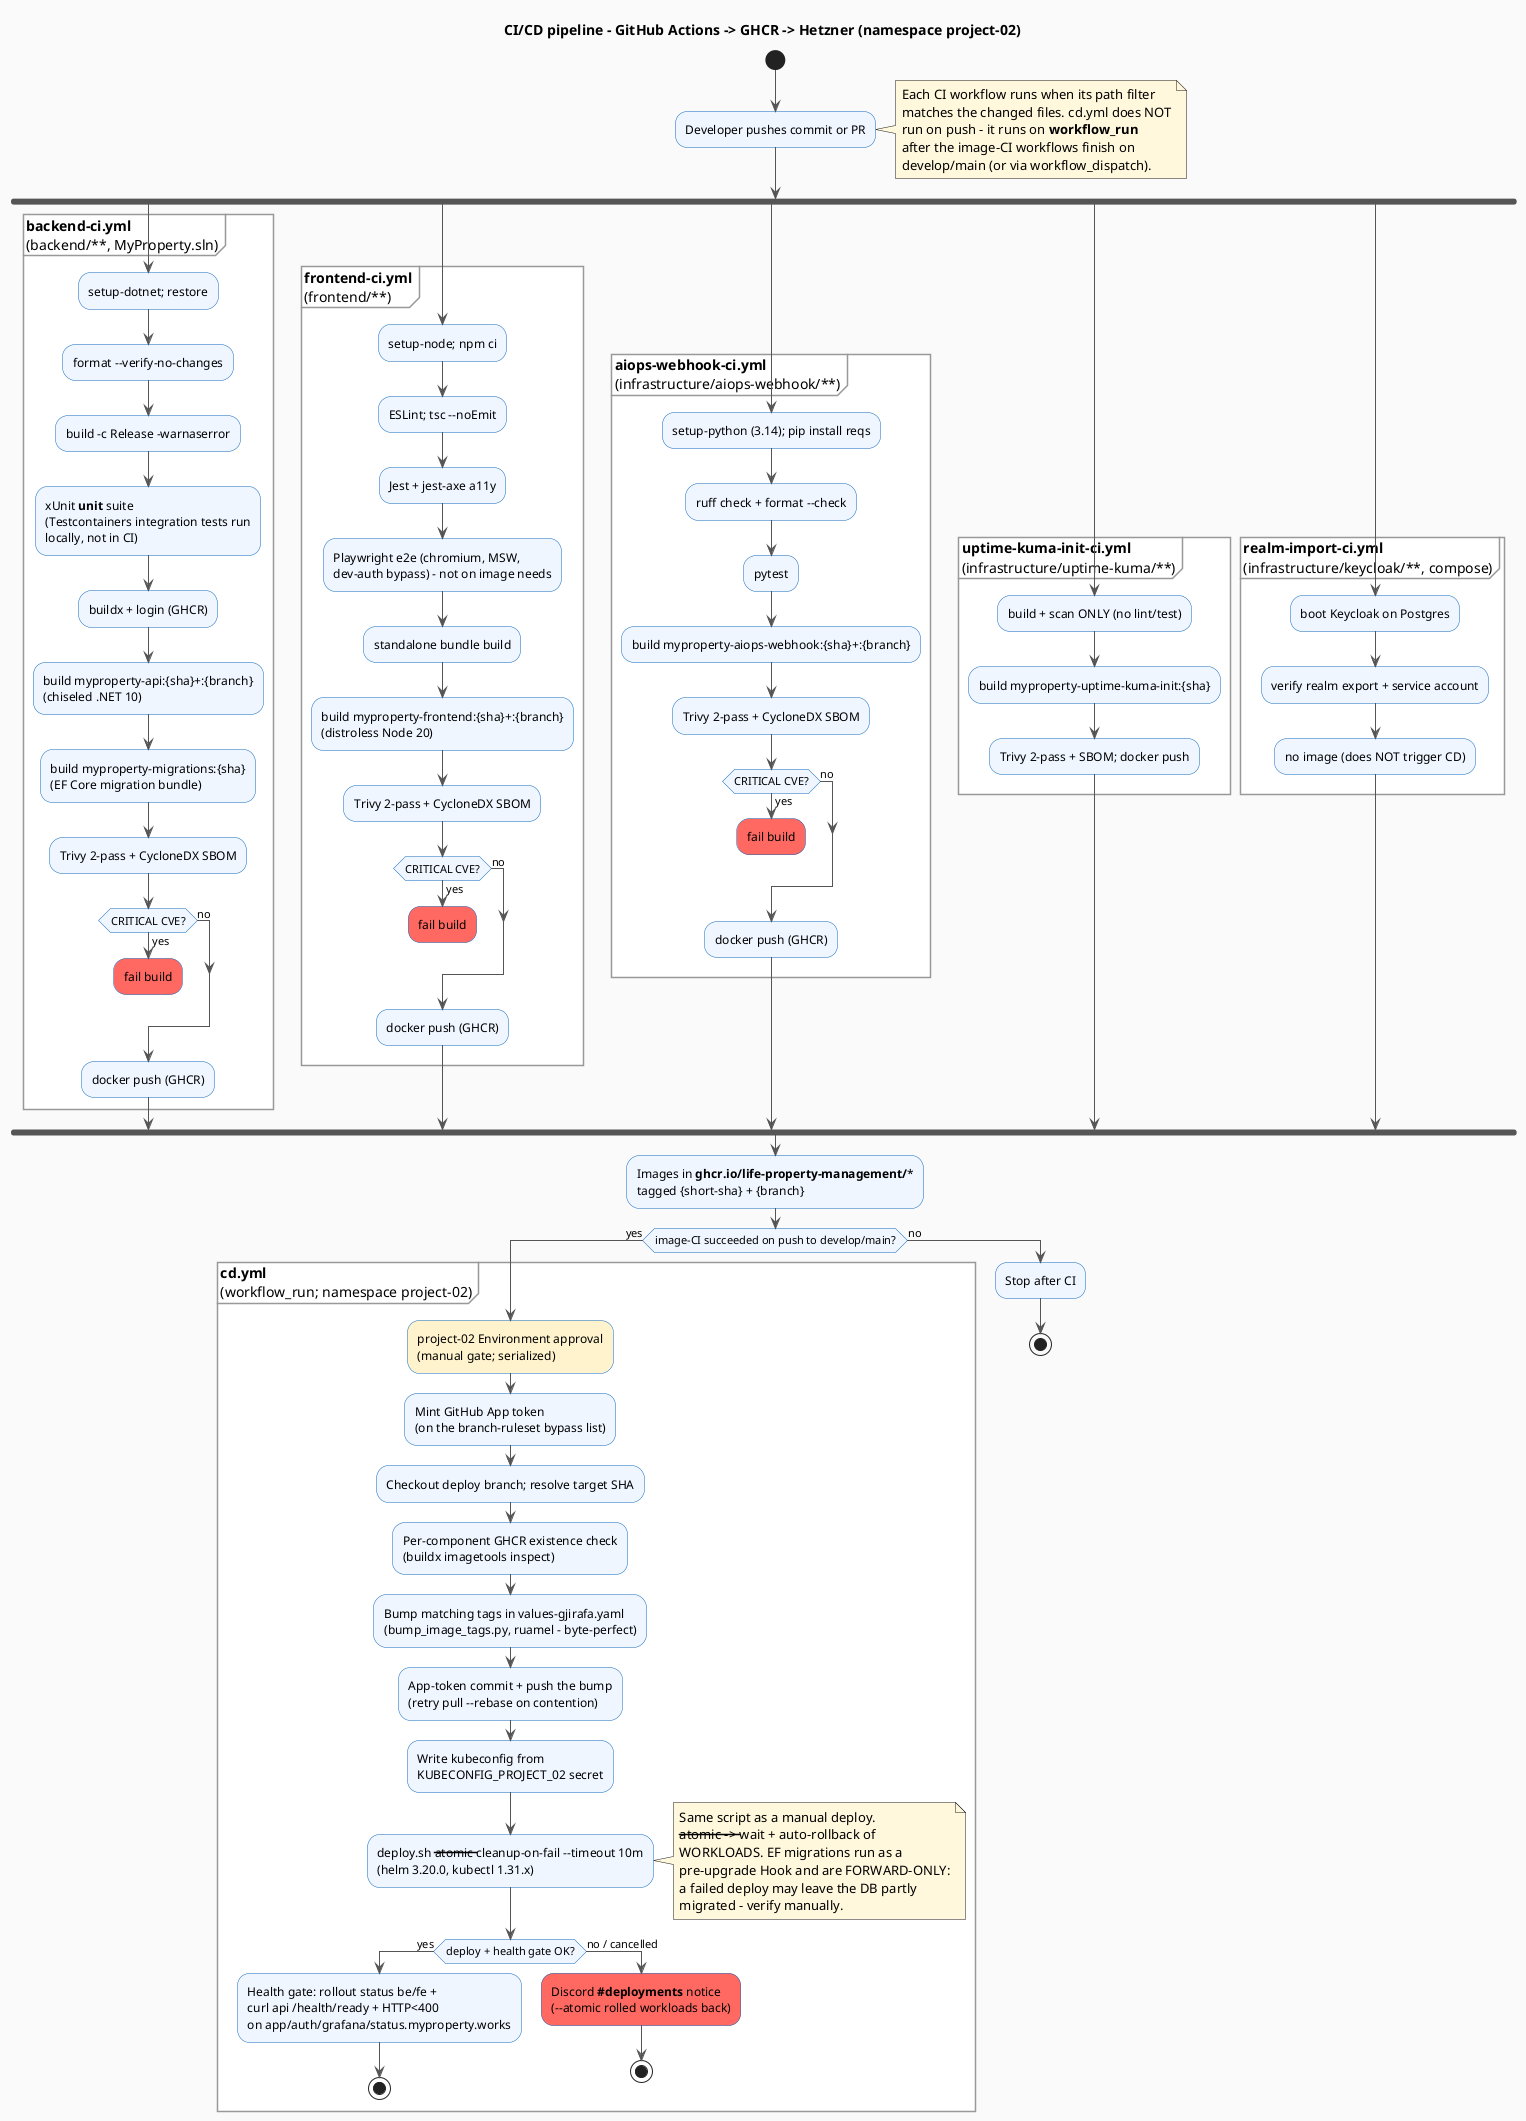
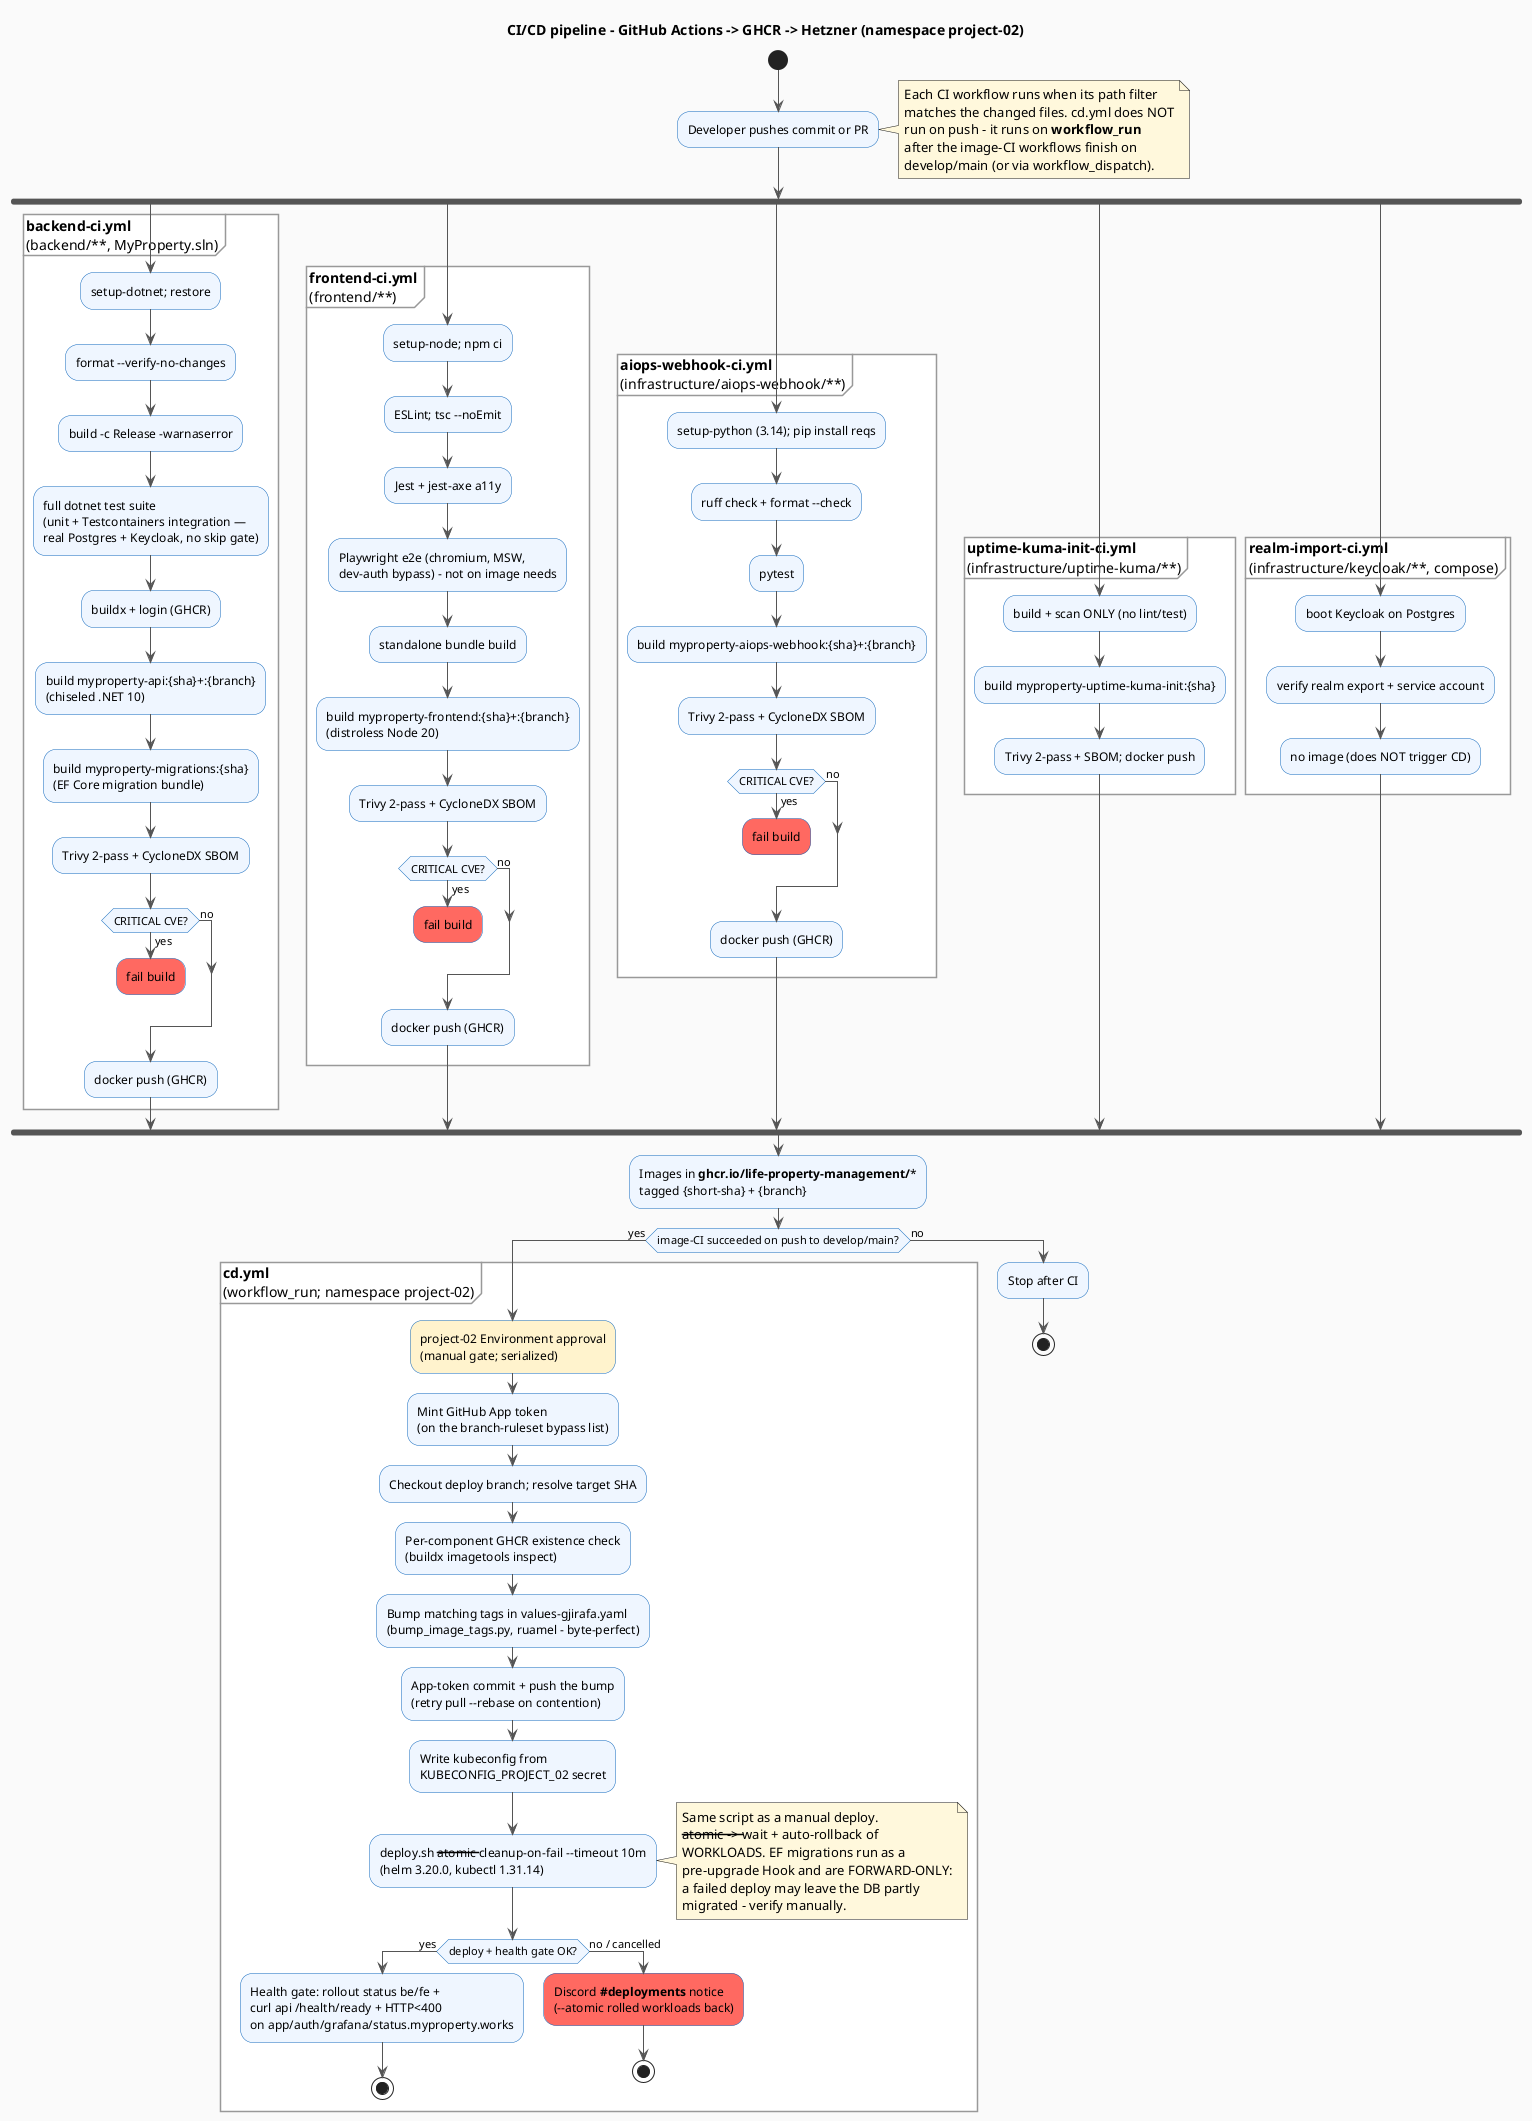
@startuml
title CI/CD pipeline - GitHub Actions -> GHCR -> Hetzner (namespace project-02)

skinparam BackgroundColor #FAFAFA
skinparam ActivityBackgroundColor #EFF6FF
skinparam ActivityBorderColor #1168bd
skinparam ActivityArrowColor #555
skinparam PartitionBorderColor #999
skinparam PartitionBackgroundColor #FFFFFF
skinparam NoteBackgroundColor #FFF8DC

start
:Developer pushes commit or PR;
note right
  Each CI workflow runs when its path filter
  matches the changed files. cd.yml does NOT
  run on push - it runs on **workflow_run**
  after the image-CI workflows finish on
  develop/main (or via workflow_dispatch).
end note

fork
  partition "**backend-ci.yml**\n(backend/**, MyProperty.sln)" {
    :setup-dotnet; restore;
    :format --verify-no-changes;
    :build -c Release -warnaserror;
-     :xUnit **unit** suite\n(Testcontainers integration tests run\nlocally, not in CI);
+     :full dotnet test suite\n(unit + Testcontainers integration —\nreal Postgres + Keycloak, no skip gate);
    :buildx + login (GHCR);
    :build myproperty-api:{sha}+:{branch}\n(chiseled .NET 10);
    :build myproperty-migrations:{sha}\n(EF Core migration bundle);
    :Trivy 2-pass + CycloneDX SBOM;
    if (CRITICAL CVE?) then (yes)
      #FF6961:fail build;
      kill
    else (no)
    endif
    :docker push (GHCR);
  }
fork again
  partition "**frontend-ci.yml**\n(frontend/**)" {
    :setup-node; npm ci;
    :ESLint; tsc --noEmit;
    :Jest + jest-axe a11y;
    :Playwright e2e (chromium, MSW,\ndev-auth bypass) - not on image needs;
    :standalone bundle build;
    :build myproperty-frontend:{sha}+:{branch}\n(distroless Node 20);
    :Trivy 2-pass + CycloneDX SBOM;
    if (CRITICAL CVE?) then (yes)
      #FF6961:fail build;
      kill
    else (no)
    endif
    :docker push (GHCR);
  }
fork again
  partition "**aiops-webhook-ci.yml**\n(infrastructure/aiops-webhook/**)" {
    :setup-python (3.14); pip install reqs;
    :ruff check + format --check;
    :pytest;
    :build myproperty-aiops-webhook:{sha}+:{branch};
    :Trivy 2-pass + CycloneDX SBOM;
    if (CRITICAL CVE?) then (yes)
      #FF6961:fail build;
      kill
    else (no)
    endif
    :docker push (GHCR);
  }
fork again
  partition "**uptime-kuma-init-ci.yml**\n(infrastructure/uptime-kuma/**)" {
    :build + scan ONLY (no lint/test);
    :build myproperty-uptime-kuma-init:{sha};
    :Trivy 2-pass + SBOM; docker push;
  }
fork again
  partition "**realm-import-ci.yml**\n(infrastructure/keycloak/**, compose)" {
    :boot Keycloak on Postgres;
    :verify realm export + service account;
    :no image (does NOT trigger CD);
  }
end fork

:Images in **ghcr.io/life-property-management/***\ntagged {short-sha} + {branch};

if (image-CI succeeded on push to develop/main?) then (yes)
  partition "**cd.yml**\n(workflow_run; namespace project-02)" {
    #FFF3CD:project-02 Environment approval\n(manual gate; serialized);
    :Mint GitHub App token\n(on the branch-ruleset bypass list);
    :Checkout deploy branch; resolve target SHA;
    :Per-component GHCR existence check\n(buildx imagetools inspect);
    :Bump matching tags in values-gjirafa.yaml\n(bump_image_tags.py, ruamel - byte-perfect);
    :App-token commit + push the bump\n(retry pull --rebase on contention);
    :Write kubeconfig from\nKUBECONFIG_PROJECT_02 secret;
-     :deploy.sh --atomic --cleanup-on-fail --timeout 10m\n(helm 3.20.0, kubectl 1.31.x);
+     :deploy.sh --atomic --cleanup-on-fail --timeout 10m\n(helm 3.20.0, kubectl 1.31.14);
    note right
      Same script as a manual deploy.
      --atomic -> --wait + auto-rollback of
      WORKLOADS. EF migrations run as a
      pre-upgrade Hook and are FORWARD-ONLY:
      a failed deploy may leave the DB partly
      migrated - verify manually.
    end note
    if (deploy + health gate OK?) then (yes)
      :Health gate: rollout status be/fe +\ncurl api /health/ready + HTTP<400\non app/auth/grafana/status.myproperty.works;
      stop
    else (no / cancelled)
      #FF6961:Discord **#deployments** notice\n(--atomic rolled workloads back);
      stop
    endif
  }
else (no)
  :Stop after CI;
  stop
endif

@enduml
